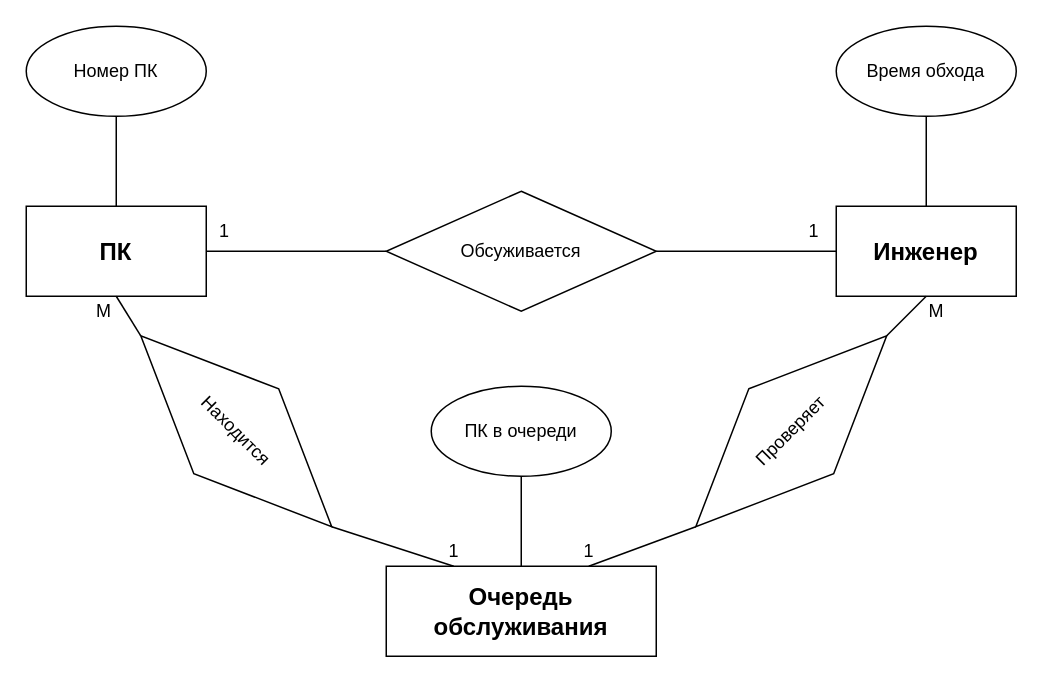
This is 6th-Sem/OOP/CourceWork/report/diagram.drawio from Annonymos3108/ELTECH-LABS, a draw.io file, before an edit. Source tidied: cells renumbered, new cells numbered last; positions are measured from the earlier drawing's top-left corner, leaving out a move shared by most shapes. Both pictures are drawn from the tidied source at 150%, with x=0, y=0 at pixel (26, 26).
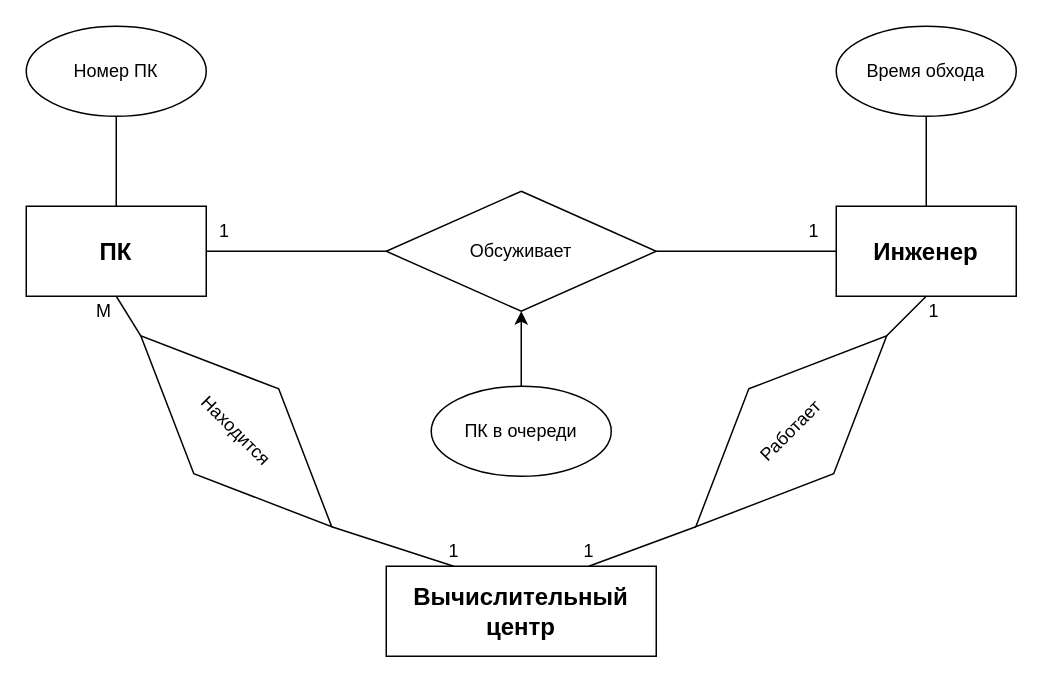
The same diagram, later.

The change refers to these unchanged cells:
```xml
<mxCell id="12" value="ПК в очереди" style="ellipse;whiteSpace=wrap;html=1;" parent="1" vertex="1">
  <mxGeometry x="270" y="240" width="120" height="60" as="geometry" />
</mxCell>
```

What changed in the source:
```diff
@@
-    <mxCell id="4" value="Обсуживается" style="rhombus;whiteSpace=wrap;html=1;" parent="1" vertex="1">
+    <mxCell id="4" value="Обсуживает" style="rhombus;whiteSpace=wrap;html=1;" parent="1" vertex="1">
       <mxGeometry x="240" y="110" width="180" height="80" as="geometry" />
     </mxCell>
@@
-    <mxCell id="10" value="&lt;b&gt;&lt;font style=&quot;font-size: 16px&quot;&gt;Очередь обслуживания&lt;/font&gt;&lt;/b&gt;" style="rounded=0;whiteSpace=wrap;html=1;" parent="1" vertex="1">
+    <mxCell id="10" value="&lt;span style=&quot;font-size: 16px&quot;&gt;&lt;b&gt;Вычислительный центр&lt;/b&gt;&lt;/span&gt;" style="rounded=0;whiteSpace=wrap;html=1;" parent="1" vertex="1">
       <mxGeometry x="240" y="360" width="180" height="60" as="geometry" />
     </mxCell>
-    <mxCell id="11" style="endArrow=none;html=1;entryX=0.5;entryY=1;entryDx=0;entryDy=0;exitX=0.5;exitY=0;exitDx=0;exitDy=0;" parent="1" edge="1" target="12">
-      <mxGeometry relative="1" as="geometry">
-        <mxPoint x="330" y="360" as="sourcePoint" />
-      </mxGeometry>
-    </mxCell>
+    <mxCell id="26" style="edgeStyle=orthogonalEdgeStyle;rounded=0;jettySize=auto;html=1;" parent="1" edge="1" source="12" target="4">
+      <mxGeometry relative="1" as="geometry" />
+    </mxCell>
@@
-    <mxCell id="13" value="Проверяет" style="rhombus;whiteSpace=wrap;html=1;rotation=-45;" parent="1" vertex="1">
+    <mxCell id="13" value="Работает" style="rhombus;whiteSpace=wrap;html=1;rotation=-45;" parent="1" vertex="1">
       <mxGeometry x="420" y="230" width="180" height="80" as="geometry" />
     </mxCell>
@@
-    <mxCell id="24" value="М" style="text;html=1;align=left;verticalAlign=top;spacingTop=-4;" parent="1" vertex="1">
-      <mxGeometry x="600" y="180" width="30" height="20" as="geometry" />
+    <mxCell id="24" value="1" style="text;html=1;align=left;verticalAlign=top;spacingTop=-4;" parent="1" vertex="1">
+      <mxGeometry x="600" y="180" width="20" height="20" as="geometry" />
     </mxCell>
```
